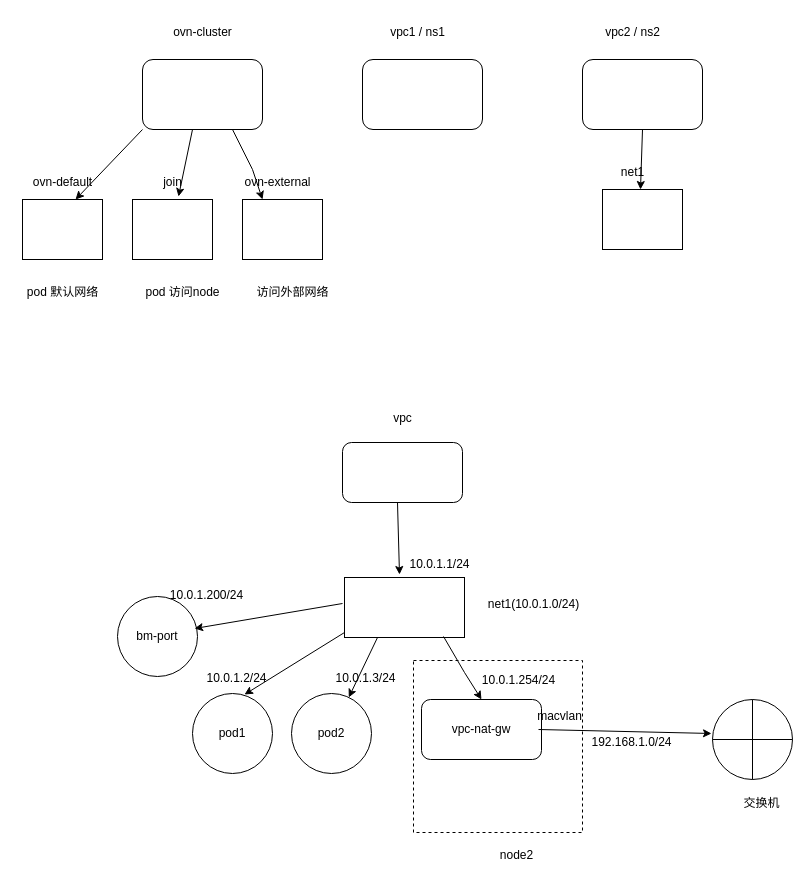
Earlier version of the draw.io diagram kube-ovn-network2.drawio (pslzym/algo). Source tidied: cells renumbered, new cells numbered last; positions are measured from the earlier drawing's top-left corner, leaving out a move shared by most shapes. Both pictures are drawn from the tidied source at 100%, with x=0, y=0 at pixel (17, 17).
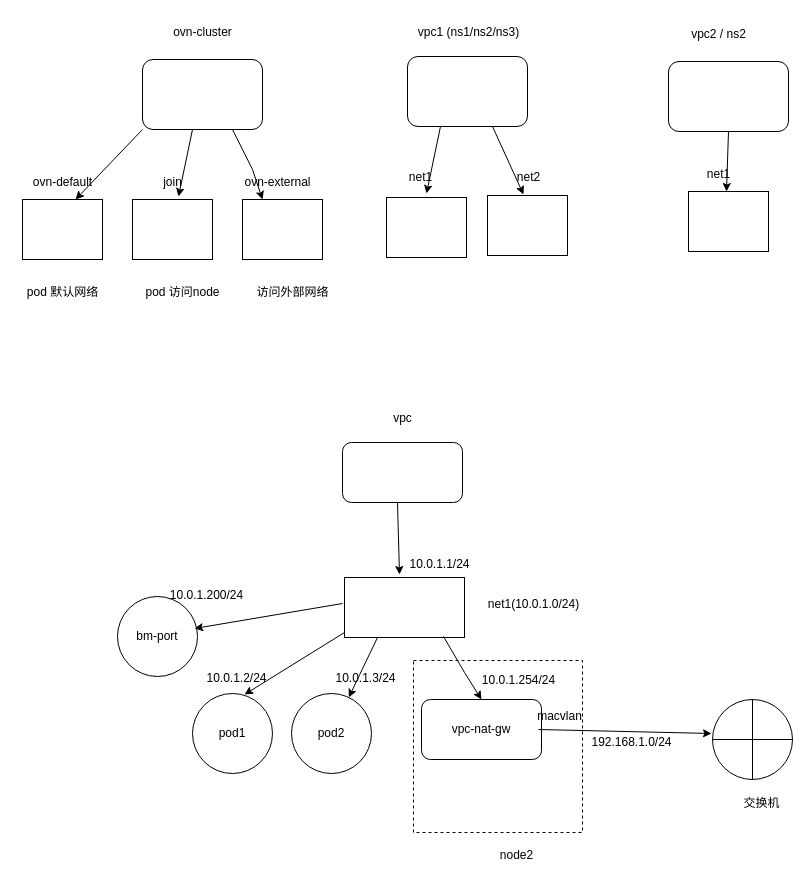
After the change.

Change to the diagram source:
```diff
@@
     <mxCell id="3" style="rounded=1;whiteSpace=wrap;html=1;" parent="1" vertex="1">
-      <mxGeometry x="345" y="42" width="120" height="70" as="geometry" />
+      <mxGeometry x="390" y="39" width="120" height="70" as="geometry" />
     </mxCell>
     <mxCell id="4" style="rounded=1;whiteSpace=wrap;html=1;" parent="1" vertex="1">
-      <mxGeometry x="565" y="42" width="120" height="70" as="geometry" />
+      <mxGeometry x="651" y="44" width="120" height="70" as="geometry" />
     </mxCell>
@@
-    <mxCell id="6" value="vpc1 / ns1" style="text;html=1;align=center;verticalAlign=middle;strokeColor=none;fillColor=none;" parent="1" vertex="1">
-      <mxGeometry x="360" width="80" height="30" as="geometry" />
+    <mxCell id="6" value="vpc1 (ns1/ns2/ns3)" style="text;html=1;align=center;verticalAlign=middle;strokeColor=none;fillColor=none;" parent="1" vertex="1">
+      <mxGeometry x="391" y="2" width="119" height="26" as="geometry" />
     </mxCell>
     <mxCell id="7" value="vpc2 / ns2" style="text;html=1;align=center;verticalAlign=middle;strokeColor=none;fillColor=none;" parent="1" vertex="1">
-      <mxGeometry x="575" width="80" height="30" as="geometry" />
+      <mxGeometry x="661" y="2" width="80" height="30" as="geometry" />
     </mxCell>
@@
     <mxCell id="11" style="rounded=0;whiteSpace=wrap;html=1;" parent="1" vertex="1">
-      <mxGeometry x="585" y="172" width="80" height="60" as="geometry" />
+      <mxGeometry x="671" y="174" width="80" height="60" as="geometry" />
     </mxCell>
@@
     <mxCell id="21" value="net1" style="text;html=1;align=center;verticalAlign=middle;points=[];strokeColor=none;fillColor=none;" parent="1" vertex="1">
-      <mxGeometry x="590" y="140" width="50" height="30" as="geometry" />
+      <mxGeometry x="676" y="142" width="50" height="30" as="geometry" />
     </mxCell>
@@
+    <mxCell id="48" style="rounded=0;whiteSpace=wrap;html=1;" parent="1" vertex="1">
+      <mxGeometry x="369" y="180" width="80" height="60" as="geometry" />
+    </mxCell>
+    <mxCell id="49" style="rounded=0;whiteSpace=wrap;html=1;" parent="1" vertex="1">
+      <mxGeometry x="470" y="178" width="80" height="60" as="geometry" />
+    </mxCell>
+    <mxCell id="50" value="net1" style="text;html=1;align=center;verticalAlign=middle;points=[];strokeColor=none;fillColor=none;" parent="1" vertex="1">
+      <mxGeometry x="378" y="145" width="50" height="30" as="geometry" />
+    </mxCell>
+    <mxCell id="51" value="net2" style="text;html=1;align=center;verticalAlign=middle;points=[];strokeColor=none;fillColor=none;" parent="1" vertex="1">
+      <mxGeometry x="490" y="147" width="41" height="26" as="geometry" />
+    </mxCell>
+    <mxCell id="52" style="endArrow=classic;html=1;rounded=0;entryX=0.62;entryY=1.033;entryDx=0;entryDy=0;entryPerimeter=0;" parent="1" edge="1" target="50">
+      <mxGeometry relative="1" as="geometry">
+        <mxPoint x="423" y="109" as="sourcePoint" />
+      </mxGeometry>
+    </mxCell>
+    <mxCell id="53" style="endArrow=classic;html=1;rounded=0;entryX=0.39;entryY=1.154;entryDx=0;entryDy=0;entryPerimeter=0;" parent="1" edge="1" target="51">
+      <mxGeometry relative="1" as="geometry">
+        <mxPoint x="475" y="109" as="sourcePoint" />
+      </mxGeometry>
+    </mxCell>
```
